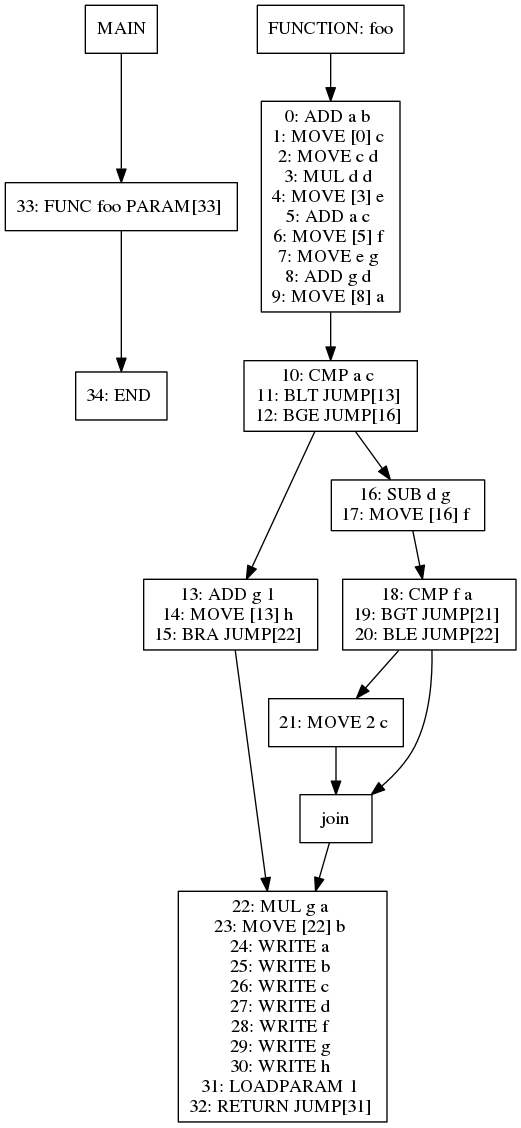
jiahanwang/PL241-Compiler keeps this Graphviz diagram as viz/test018.dot.png. Above is the earlier version. Its source is kept beside it as viz/test018.dot.
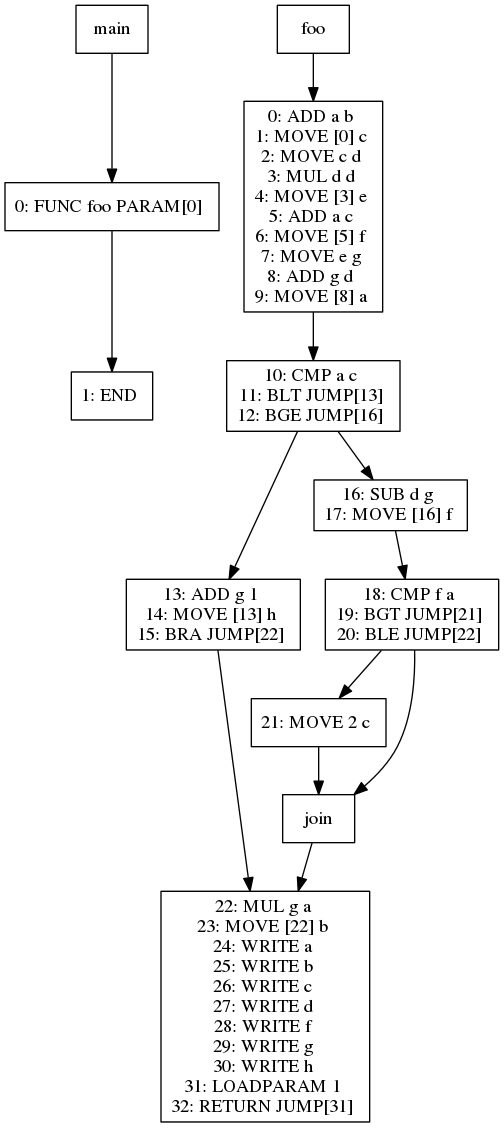
After the commit.

Diff of the diagram source:
```diff
@@ -1,15 +1,15 @@
 digraph test018 {
 node [shape=box]
-1[label="MAIN"]
-1 -> 25
-25[label="33: FUNC foo PARAM[33]
+340[label="main"]
+340 -> 364
+364[label="0: FUNC foo PARAM[0]
 "]
-25 -> 26
-26[label="34: END
+364 -> 365
+365[label="1: END
 "]
-2[label="FUNCTION: foo"]
-2 -> 4
-4[label="0: ADD a b
+341[label="foo"]
+341 -> 343
+343[label="0: ADD a b
 1: MOVE [0] c
 2: MOVE c d
 3: MUL d d
@@ -20,18 +20,18 @@
 8: ADD g d
 9: MOVE [8] a
 "]
-4 -> 10
-10[label="10: CMP a c
+343 -> 349
+349[label="10: CMP a c
 11: BLT JUMP[13]
 12: BGE JUMP[16]
 "]
-10 -> 12
-12[label="13: ADD g 1
+349 -> 351
+351[label="13: ADD g 1
 14: MOVE [13] h
 15: BRA JUMP[22]
 "]
-12 -> 11
-11[label="22: MUL g a
+351 -> 350
+350[label="22: MUL g a
 23: MOVE [22] b
 24: WRITE a
 25: WRITE b
@@ -43,20 +43,20 @@
 31: LOADPARAM 1
 32: RETURN JUMP[31]
 "]
-10 -> 13
-13[label="16: SUB d g
+349 -> 352
+352[label="16: SUB d g
 17: MOVE [16] f
 "]
-13 -> 14
-14[label="18: CMP f a
+352 -> 353
+353[label="18: CMP f a
 19: BGT JUMP[21]
 20: BLE JUMP[22]
 "]
-14 -> 16
-16[label="21: MOVE 2 c
+353 -> 355
+355[label="21: MOVE 2 c
 "]
-16 -> 15
-15[label="join"]
-15 -> 11
-14 -> 15
+355 -> 354
+354[label="join"]
+354 -> 350
+353 -> 354
 }
```
